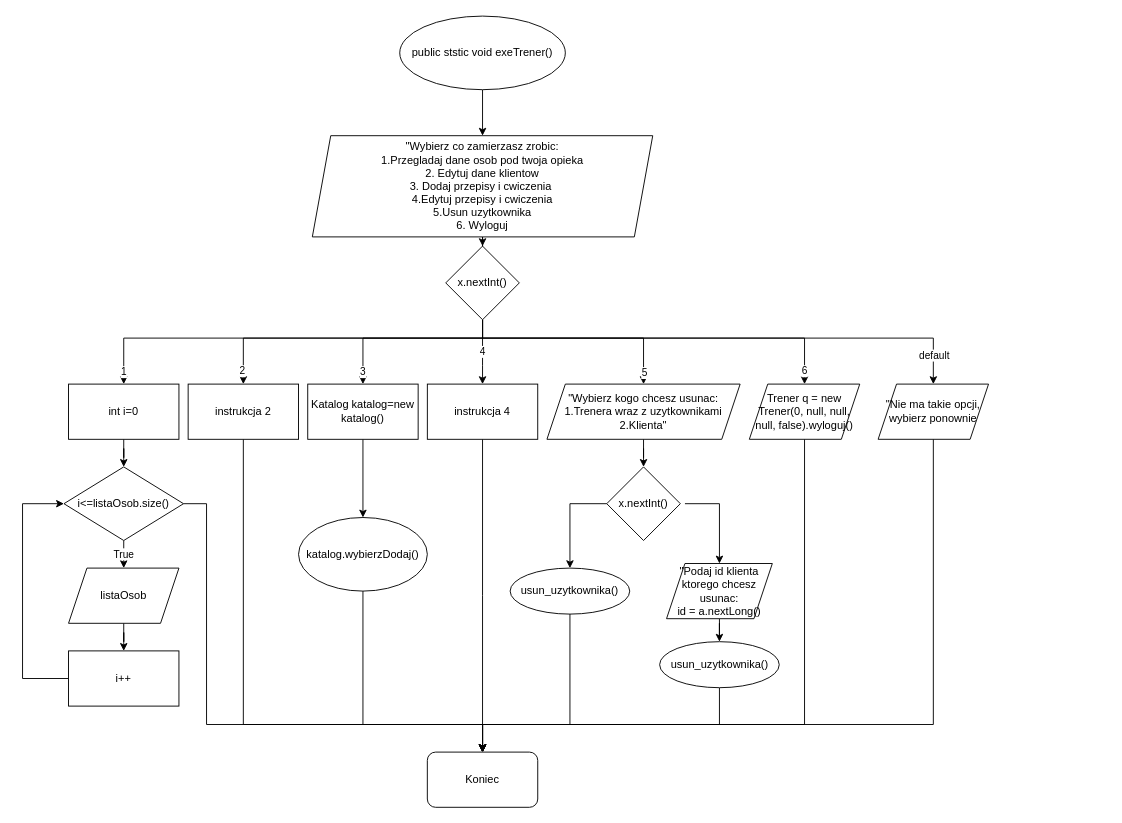
szarl/Projekt-Programowanie-Obiektowe keeps this draw.io diagram as page "exeTrener" (5 of 10) of Untitled Diagram.drawio. Above is the earlier version. Source tidied: cells renumbered, new cells numbered last; positions are measured from the earlier drawing's top-left corner, leaving out a move shared by most shapes. Both pictures are drawn from the tidied source at 92%, with x=0, y=0 at pixel (22, 16).
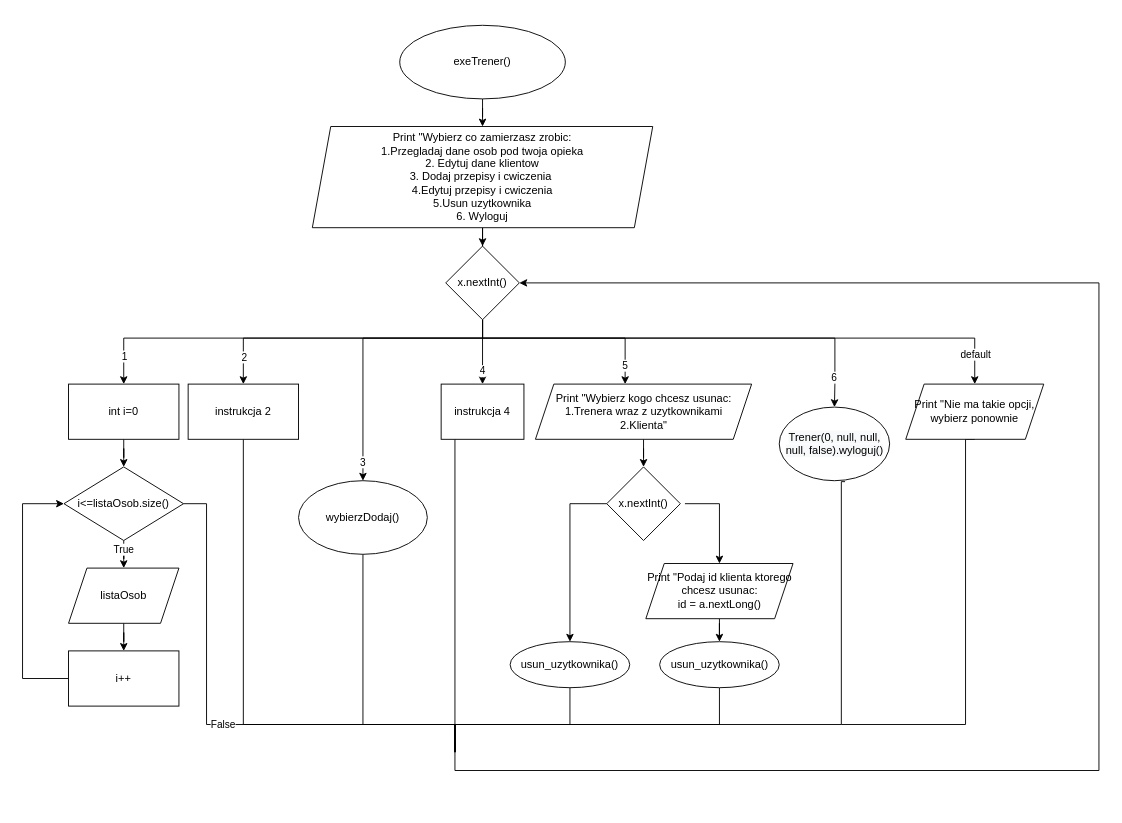
After the change.

The change refers to these unchanged cells:
```xml
<mxCell id="7" style="edgeStyle=orthogonalEdgeStyle;rounded=0;jettySize=auto;html=1;entryX=0.5;entryY=0;entryDx=0;entryDy=0;" parent="1" edge="1" source="19" target="27">
  <mxGeometry relative="1" as="geometry">
    <Array as="points">
      <mxPoint x="500" y="350" />
      <mxPoint x="110" y="350" />
    </Array>
  </mxGeometry>
</mxCell>
<mxCell id="9" style="edgeStyle=orthogonalEdgeStyle;rounded=0;jettySize=auto;html=1;entryX=0.5;entryY=0;entryDx=0;entryDy=0;" parent="1" edge="1" source="19" target="21">
  <mxGeometry relative="1" as="geometry">
    <Array as="points">
      <mxPoint x="500" y="350" />
      <mxPoint x="240" y="350" />
    </Array>
  </mxGeometry>
</mxCell>
<mxCell id="19" value="x.nextInt()" style="rhombus;whiteSpace=wrap;html=1;" parent="1" vertex="1">
  <mxGeometry x="460" y="250" width="80" height="80" as="geometry" />
</mxCell>
<mxCell id="21" value="instrukcja 2" style="rounded=0;whiteSpace=wrap;html=1;" parent="1" vertex="1">
  <mxGeometry x="180" y="400" width="120" height="60" as="geometry" />
</mxCell>
<mxCell id="30" value="i&amp;lt;=listaOsob.size()" style="rhombus;whiteSpace=wrap;html=1;" parent="1" vertex="1">
  <mxGeometry x="45" y="490" width="130" height="80" as="geometry" />
</mxCell>
<mxCell id="32" value="listaOsob" style="shape=parallelogram;perimeter=parallelogramPerimeter;whiteSpace=wrap;html=1;fixedSize=1;" parent="1" vertex="1">
  <mxGeometry x="50" y="600" width="120" height="60" as="geometry" />
</mxCell>
<mxCell id="47" value="usun_uzytkownika()" style="ellipse;whiteSpace=wrap;html=1;" parent="1" vertex="1">
  <mxGeometry x="692.5" y="680" width="130" height="50" as="geometry" />
</mxCell>
```

The edit, as a diff of the source:
```diff
@@
-    <mxCell id="3" value="public ststic void exeTrener()" style="ellipse;whiteSpace=wrap;html=1;" parent="1" vertex="1">
-      <mxGeometry x="410" width="180" height="80" as="geometry" />
+    <mxCell id="3" value="exeTrener()" style="ellipse;whiteSpace=wrap;html=1;" parent="1" vertex="1">
+      <mxGeometry x="410" y="10" width="180" height="80" as="geometry" />
     </mxCell>
@@
-    <mxCell id="5" value="&lt;div&gt;&quot;Wybierz co zamierzasz zrobic: &lt;br&gt;&lt;/div&gt;&lt;div&gt;1.Przegladaj dane osob pod twoja opieka&lt;/div&gt;&lt;div&gt;2. Edytuj dane klientow &lt;br&gt;&lt;/div&gt;&lt;div&gt;3. Dodaj przepisy i cwiczenia&amp;nbsp; &lt;br&gt;&lt;/div&gt;&lt;div&gt;4.Edytuj przepisy i cwiczenia &lt;br&gt;&lt;/div&gt;&lt;div&gt; 5.Usun uzytkownika&lt;/div&gt;&lt;div&gt; 6. Wyloguj &lt;br&gt;&lt;/div&gt;" style="shape=parallelogram;perimeter=parallelogramPerimeter;whiteSpace=wrap;html=1;fixedSize=1;" parent="1" vertex="1">
-      <mxGeometry x="315" y="130" width="370" height="110" as="geometry" />
+    <mxCell id="5" value="&lt;div&gt;Print &quot;Wybierz co zamierzasz zrobic: &lt;br&gt;&lt;/div&gt;&lt;div&gt;1.Przegladaj dane osob pod twoja opieka&lt;/div&gt;&lt;div&gt;2. Edytuj dane klientow &lt;br&gt;&lt;/div&gt;&lt;div&gt;3. Dodaj przepisy i cwiczenia&amp;nbsp; &lt;br&gt;&lt;/div&gt;&lt;div&gt;4.Edytuj przepisy i cwiczenia &lt;br&gt;&lt;/div&gt;&lt;div&gt; 5.Usun uzytkownika&lt;/div&gt;&lt;div&gt; 6. Wyloguj &lt;br&gt;&lt;/div&gt;" style="shape=parallelogram;perimeter=parallelogramPerimeter;whiteSpace=wrap;html=1;fixedSize=1;" parent="1" vertex="1">
+      <mxGeometry x="315" y="120" width="370" height="110" as="geometry" />
     </mxCell>
-    <mxCell id="6" value="4" style="edgeStyle=orthogonalEdgeStyle;rounded=0;jettySize=auto;html=1;entryX=0.5;entryY=0;entryDx=0;entryDy=0;" parent="1" edge="1" source="19" target="25">
-      <mxGeometry relative="1" as="geometry">
+    <mxCell id="6" value="4" style="edgeStyle=orthogonalEdgeStyle;rounded=0;jettySize=auto;html=1;entryX=0.5;entryY=0;entryDx=0;entryDy=0;exitX=0.5;exitY=1;exitDx=0;exitDy=0;" parent="1" edge="1" source="19" target="25">
+      <mxGeometry x="0.6" relative="1" as="geometry">
         <Array as="points">
           <mxPoint x="500" y="380" />
           <mxPoint x="500" y="380" />
         </Array>
       </mxGeometry>
     </mxCell>
@@
     <mxCell id="8" value="1" style="edgeLabel;html=1;align=center;verticalAlign=middle;" parent="7" vertex="1">
-      <mxGeometry x="0.94" y="-1" relative="1" as="geometry" />
+      <mxGeometry x="0.94" y="-1" relative="1" as="geometry">
+        <mxPoint x="1" y="-17" as="offset" />
+      </mxGeometry>
     </mxCell>
@@
     <mxCell id="10" value="2" style="edgeLabel;html=1;align=center;verticalAlign=middle;" parent="9" vertex="1">
-      <mxGeometry x="0.91" y="-2" relative="1" as="geometry" />
+      <mxGeometry x="0.91" y="-2" relative="1" as="geometry">
+        <mxPoint x="2" y="-15" as="offset" />
+      </mxGeometry>
     </mxCell>
-    <mxCell id="11" style="edgeStyle=orthogonalEdgeStyle;rounded=0;jettySize=auto;html=1;" parent="1" edge="1" source="19" target="23">
+    <mxCell id="11" style="edgeStyle=orthogonalEdgeStyle;rounded=0;jettySize=auto;html=1;entryX=0.5;entryY=0;entryDx=0;entryDy=0;" parent="1" edge="1" source="19" target="36">
       <mxGeometry relative="1" as="geometry">
         <Array as="points">
           <mxPoint x="500" y="350" />
           <mxPoint x="370" y="350" />
         </Array>
       </mxGeometry>
     </mxCell>
@@
-    <mxCell id="13" style="edgeStyle=orthogonalEdgeStyle;rounded=0;jettySize=auto;html=1;entryX=0.5;entryY=0;entryDx=0;entryDy=0;" parent="1" edge="1" source="19" target="41">
-      <mxGeometry relative="1" as="geometry">
-        <Array as="points">
-          <mxPoint x="500" y="350" />
-          <mxPoint x="675" y="350" />
-        </Array>
-      </mxGeometry>
-    </mxCell>
-    <mxCell id="14" value="5" style="edgeLabel;html=1;align=center;verticalAlign=middle;" parent="13" vertex="1">
-      <mxGeometry x="0.89" relative="1" as="geometry" />
-    </mxCell>
-    <mxCell id="15" style="edgeStyle=orthogonalEdgeStyle;rounded=0;jettySize=auto;html=1;entryX=0.5;entryY=0;entryDx=0;entryDy=0;" parent="1" edge="1" source="19">
+    <mxCell id="15" style="edgeStyle=orthogonalEdgeStyle;rounded=0;jettySize=auto;html=1;entryX=0.5;entryY=0;entryDx=0;entryDy=0;" parent="1" edge="1" source="19" target="54">
       <mxGeometry relative="1" as="geometry">
-        <mxPoint x="850" y="400" as="targetPoint" />
         <Array as="points">
           <mxPoint x="500" y="350" />
-          <mxPoint x="850" y="350" />
+          <mxPoint x="883" y="350" />
+          <mxPoint x="883" y="400" />
         </Array>
       </mxGeometry>
     </mxCell>
     <mxCell id="16" value="6" style="edgeLabel;html=1;align=center;verticalAlign=middle;" parent="15" vertex="1">
-      <mxGeometry x="0.93" y="-1" relative="1" as="geometry" />
+      <mxGeometry x="0.93" y="-1" relative="1" as="geometry">
+        <mxPoint y="-15" as="offset" />
+      </mxGeometry>
     </mxCell>
-    <mxCell id="17" style="edgeStyle=orthogonalEdgeStyle;rounded=0;jettySize=auto;html=1;" parent="1" edge="1" source="19">
+    <mxCell id="17" style="edgeStyle=orthogonalEdgeStyle;rounded=0;jettySize=auto;html=1;entryX=0.5;entryY=0;entryDx=0;entryDy=0;" parent="1" edge="1" source="19" target="49">
       <mxGeometry relative="1" as="geometry">
-        <mxPoint x="990" y="400" as="targetPoint" />
         <Array as="points">
           <mxPoint x="500" y="350" />
-          <mxPoint x="990" y="350" />
+          <mxPoint x="1035" y="350" />
         </Array>
       </mxGeometry>
     </mxCell>
@@
+    <mxCell id="14" value="5" style="edgeStyle=orthogonalEdgeStyle;rounded=0;jettySize=auto;html=1;exitX=0.5;exitY=1;exitDx=0;exitDy=0;endArrow=classic;endFill=1;" parent="1" edge="1" source="19" target="41">
+      <mxGeometry x="0.82" relative="1" as="geometry">
+        <Array as="points">
+          <mxPoint x="500" y="350" />
+          <mxPoint x="655" y="350" />
+        </Array>
+      </mxGeometry>
+    </mxCell>
@@
-    <mxCell id="20" style="edgeStyle=orthogonalEdgeStyle;rounded=0;jettySize=auto;html=1;" parent="1" edge="1" source="21">
+    <mxCell id="20" style="edgeStyle=orthogonalEdgeStyle;rounded=0;jettySize=auto;html=1;endArrow=none;endFill=0;" parent="1" edge="1" source="21">
       <mxGeometry relative="1" as="geometry">
-        <mxPoint x="500" y="800" as="targetPoint" />
+        <mxPoint x="470" y="800" as="targetPoint" />
         <Array as="points">
           <mxPoint x="240" y="770" />
-          <mxPoint x="500" y="770" />
+          <mxPoint x="470" y="770" />
+          <mxPoint x="470" y="800" />
         </Array>
       </mxGeometry>
     </mxCell>
@@
-    <mxCell id="22" style="edgeStyle=orthogonalEdgeStyle;rounded=0;jettySize=auto;html=1;entryX=0.5;entryY=0;entryDx=0;entryDy=0;" parent="1" edge="1" source="23" target="36">
-      <mxGeometry relative="1" as="geometry" />
-    </mxCell>
-    <mxCell id="23" value="Katalog katalog=new katalog()" style="rounded=0;whiteSpace=wrap;html=1;" parent="1" vertex="1">
-      <mxGeometry x="310" y="400" width="120" height="60" as="geometry" />
-    </mxCell>
-    <mxCell id="24" style="edgeStyle=orthogonalEdgeStyle;rounded=0;jettySize=auto;html=1;" parent="1" edge="1" source="25">
+    <mxCell id="24" style="edgeStyle=orthogonalEdgeStyle;rounded=0;jettySize=auto;html=1;endArrow=none;endFill=0;" parent="1" edge="1" source="25">
       <mxGeometry relative="1" as="geometry">
-        <mxPoint x="500" y="800" as="targetPoint" />
+        <mxPoint x="470" y="800" as="targetPoint" />
+        <Array as="points">
+          <mxPoint x="470" y="800" />
+        </Array>
       </mxGeometry>
     </mxCell>
     <mxCell id="25" value="instrukcja 4" style="rounded=0;whiteSpace=wrap;html=1;" parent="1" vertex="1">
-      <mxGeometry x="440" y="400" width="120" height="60" as="geometry" />
+      <mxGeometry x="455" y="400" width="90" height="60" as="geometry" />
     </mxCell>
@@
     <mxCell id="28" value="True" style="edgeStyle=orthogonalEdgeStyle;rounded=0;jettySize=auto;html=1;entryX=0.5;entryY=0;entryDx=0;entryDy=0;" parent="1" edge="1" source="30" target="32">
-      <mxGeometry relative="1" as="geometry" />
+      <mxGeometry x="0.2" relative="1" as="geometry" />
     </mxCell>
-    <mxCell id="29" style="edgeStyle=orthogonalEdgeStyle;rounded=0;jettySize=auto;html=1;" parent="1" edge="1" source="30">
+    <mxCell id="29" value="False" style="edgeStyle=orthogonalEdgeStyle;rounded=0;jettySize=auto;html=1;endArrow=none;endFill=0;" parent="1" edge="1" source="30">
       <mxGeometry relative="1" as="geometry">
-        <mxPoint x="500" y="800" as="targetPoint" />
+        <mxPoint x="470" y="800" as="targetPoint" />
         <Array as="points">
           <mxPoint x="200" y="530" />
           <mxPoint x="200" y="770" />
+          <mxPoint x="470" y="770" />
+          <mxPoint x="470" y="800" />
         </Array>
       </mxGeometry>
     </mxCell>
@@
-    <mxCell id="35" style="edgeStyle=orthogonalEdgeStyle;rounded=0;jettySize=auto;html=1;" parent="1" edge="1" source="36">
+    <mxCell id="35" style="edgeStyle=orthogonalEdgeStyle;rounded=0;jettySize=auto;html=1;endArrow=none;endFill=0;" parent="1" edge="1" source="36">
       <mxGeometry relative="1" as="geometry">
-        <mxPoint x="500" y="800" as="targetPoint" />
+        <mxPoint x="470" y="790" as="targetPoint" />
         <Array as="points">
           <mxPoint x="370" y="770" />
+          <mxPoint x="470" y="770" />
+          <mxPoint x="470" y="800" />
         </Array>
       </mxGeometry>
     </mxCell>
-    <mxCell id="36" value="katalog.wybierzDodaj()" style="ellipse;whiteSpace=wrap;html=1;" parent="1" vertex="1">
-      <mxGeometry x="300" y="545" width="140" height="80" as="geometry" />
+    <mxCell id="36" value="wybierzDodaj()" style="ellipse;whiteSpace=wrap;html=1;" parent="1" vertex="1">
+      <mxGeometry x="300" y="505" width="140" height="80" as="geometry" />
     </mxCell>
@@
-    <mxCell id="41" value="&lt;div&gt;&quot;Wybierz kogo chcesz usunac: &lt;br&gt;&lt;/div&gt;&lt;div&gt; 1.Trenera wraz z uzytkownikami&lt;/div&gt;&lt;div&gt; 2.Klienta&quot;&lt;/div&gt;" style="shape=parallelogram;perimeter=parallelogramPerimeter;whiteSpace=wrap;html=1;fixedSize=1;" parent="1" vertex="1">
-      <mxGeometry x="570" y="400" width="210" height="60" as="geometry" />
+    <mxCell id="41" value="&lt;div&gt;Print &quot;Wybierz kogo chcesz usunac: &lt;br&gt;&lt;/div&gt;&lt;div&gt; 1.Trenera wraz z uzytkownikami&lt;/div&gt;&lt;div&gt; 2.Klienta&quot;&lt;/div&gt;" style="shape=parallelogram;perimeter=parallelogramPerimeter;whiteSpace=wrap;html=1;fixedSize=1;" parent="1" vertex="1">
+      <mxGeometry x="557.5" y="400" width="235" height="60" as="geometry" />
     </mxCell>
-    <mxCell id="42" style="edgeStyle=orthogonalEdgeStyle;rounded=0;jettySize=auto;html=1;" parent="1" edge="1" source="43">
+    <mxCell id="42" style="edgeStyle=orthogonalEdgeStyle;rounded=0;jettySize=auto;html=1;endArrow=none;endFill=0;" parent="1" edge="1" source="43">
       <mxGeometry relative="1" as="geometry">
-        <mxPoint x="500" y="800" as="targetPoint" />
+        <mxPoint x="470" y="800" as="targetPoint" />
         <Array as="points">
           <mxPoint x="595" y="770" />
-          <mxPoint x="500" y="770" />
+          <mxPoint x="470" y="770" />
         </Array>
       </mxGeometry>
     </mxCell>
     <mxCell id="43" value="usun_uzytkownika()" style="ellipse;whiteSpace=wrap;html=1;" parent="1" vertex="1">
-      <mxGeometry x="530" y="600" width="130" height="50" as="geometry" />
+      <mxGeometry x="530" y="680" width="130" height="50" as="geometry" />
     </mxCell>
@@
-    <mxCell id="45" value="&lt;div&gt;&quot;Podaj id klienta ktorego chcesz usunac: &lt;br&gt;&lt;/div&gt;&lt;div&gt;id = a.nextLong()&lt;br&gt;&lt;/div&gt;" style="shape=parallelogram;perimeter=parallelogramPerimeter;whiteSpace=wrap;html=1;fixedSize=1;" parent="1" vertex="1">
-      <mxGeometry x="700" y="595" width="115" height="60" as="geometry" />
+    <mxCell id="45" value="&lt;div&gt;Print &quot;Podaj id klienta ktorego chcesz usunac: &lt;br&gt;&lt;/div&gt;&lt;div&gt;id = a.nextLong()&lt;br&gt;&lt;/div&gt;" style="shape=parallelogram;perimeter=parallelogramPerimeter;whiteSpace=wrap;html=1;fixedSize=1;" parent="1" vertex="1">
+      <mxGeometry x="677.5" y="595" width="160" height="60" as="geometry" />
     </mxCell>
-    <mxCell id="46" style="edgeStyle=orthogonalEdgeStyle;rounded=0;jettySize=auto;html=1;" parent="1" edge="1" source="47">
+    <mxCell id="46" style="edgeStyle=orthogonalEdgeStyle;rounded=0;jettySize=auto;html=1;endArrow=none;endFill=0;" parent="1" edge="1" source="47">
       <mxGeometry relative="1" as="geometry">
-        <mxPoint x="500" y="800" as="targetPoint" />
+        <mxPoint x="470" y="800" as="targetPoint" />
         <Array as="points">
           <mxPoint x="758" y="770" />
+          <mxPoint x="470" y="770" />
+          <mxPoint x="470" y="800" />
         </Array>
       </mxGeometry>
     </mxCell>
@@
-    <mxCell id="48" style="edgeStyle=orthogonalEdgeStyle;rounded=0;jettySize=auto;html=1;" parent="1" edge="1" source="49">
-      <mxGeometry relative="1" as="geometry">
-        <mxPoint x="500" y="800" as="targetPoint" />
-        <Array as="points">
-          <mxPoint x="990" y="770" />
-          <mxPoint x="500" y="770" />
-        </Array>
-      </mxGeometry>
-    </mxCell>
+    <mxCell id="53" style="edgeStyle=orthogonalEdgeStyle;rounded=0;jettySize=auto;html=1;exitX=0.5;exitY=1;exitDx=0;exitDy=0;endArrow=none;endFill=0;" parent="1" edge="1" source="49">
+      <mxGeometry relative="1" as="geometry">
+        <mxPoint x="890" y="770" as="targetPoint" />
+        <Array as="points">
+          <mxPoint x="1025" y="770" />
+        </Array>
+      </mxGeometry>
+    </mxCell>
-    <mxCell id="49" value="&quot;Nie ma takie opcji, wybierz ponownie" style="shape=parallelogram;perimeter=parallelogramPerimeter;whiteSpace=wrap;html=1;fixedSize=1;" parent="1" vertex="1">
-      <mxGeometry x="930" y="400" width="120" height="60" as="geometry" />
+    <mxCell id="49" value="Print &quot;Nie ma takie opcji, wybierz ponownie" style="shape=parallelogram;perimeter=parallelogramPerimeter;whiteSpace=wrap;html=1;fixedSize=1;" parent="1" vertex="1">
+      <mxGeometry x="960" y="400" width="150" height="60" as="geometry" />
     </mxCell>
-    <mxCell id="50" style="edgeStyle=orthogonalEdgeStyle;rounded=0;jettySize=auto;html=1;" parent="1" edge="1" source="51">
+    <mxCell id="50" style="edgeStyle=orthogonalEdgeStyle;rounded=0;jettySize=auto;html=1;endArrow=classic;endFill=1;entryX=1;entryY=0.5;entryDx=0;entryDy=0;exitX=0.596;exitY=1.013;exitDx=0;exitDy=0;exitPerimeter=0;" parent="1" edge="1" source="54" target="19">
       <mxGeometry relative="1" as="geometry">
-        <mxPoint x="500" y="800" as="targetPoint" />
         <Array as="points">
-          <mxPoint x="850" y="770" />
-          <mxPoint x="500" y="770" />
+          <mxPoint x="890" y="506" />
+          <mxPoint x="890" y="770" />
+          <mxPoint x="470" y="770" />
+          <mxPoint x="470" y="820" />
+          <mxPoint x="1170" y="820" />
+          <mxPoint x="1170" y="290" />
         </Array>
       </mxGeometry>
     </mxCell>
-    <mxCell id="51" value="Trener q = new Trener(0, null, null, null, false).wyloguj()" style="shape=parallelogram;perimeter=parallelogramPerimeter;whiteSpace=wrap;html=1;fixedSize=1;" parent="1" vertex="1">
-      <mxGeometry x="790" y="400" width="120" height="60" as="geometry" />
-    </mxCell>
-    <mxCell id="52" value="Koniec" style="rounded=1;whiteSpace=wrap;html=1;" parent="1" vertex="1">
-      <mxGeometry x="440" y="800" width="120" height="60" as="geometry" />
-    </mxCell>
+    <mxCell id="54" value="&#10;&#10;&lt;span style=&quot;color: rgb(0, 0, 0); font-family: helvetica; font-size: 12px; font-style: normal; font-weight: 400; letter-spacing: normal; text-align: center; text-indent: 0px; text-transform: none; word-spacing: 0px; background-color: rgb(248, 249, 250); display: inline; float: none;&quot;&gt;Trener(0, null, null, null, false).wyloguj()&lt;/span&gt;&#10;&#10;" style="ellipse;whiteSpace=wrap;html=1;" parent="1" vertex="1">
+      <mxGeometry x="822.5" y="425" width="120" height="80" as="geometry" />
+    </mxCell>
```
